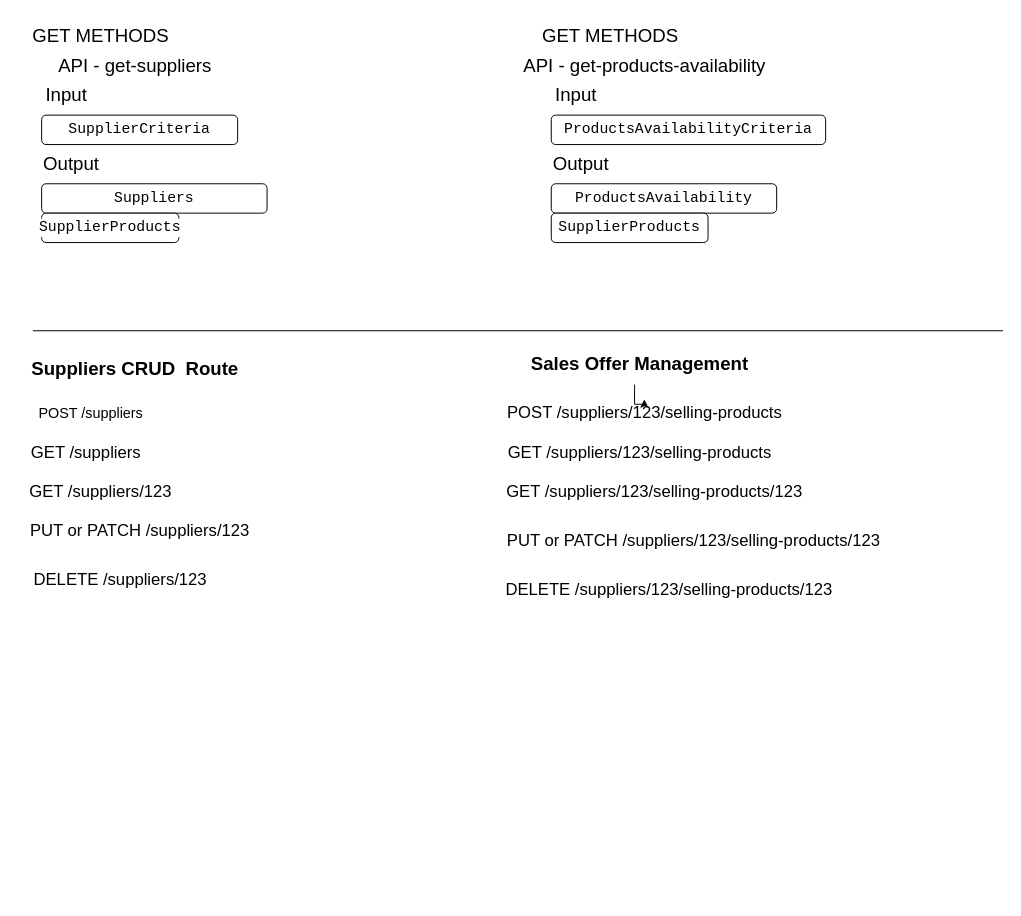
Earlier version of the draw.io diagram page "supplier-api" (4 of 15) of Agroconnect.drawio (ramprasad2018/agconnect). Source tidied: cells renumbered, new cells numbered last; positions are measured from the earlier drawing's top-left corner, leaving out a move shared by most shapes. Both pictures are drawn from the tidied source at 98%, with x=0, y=0 at pixel (17, 17).
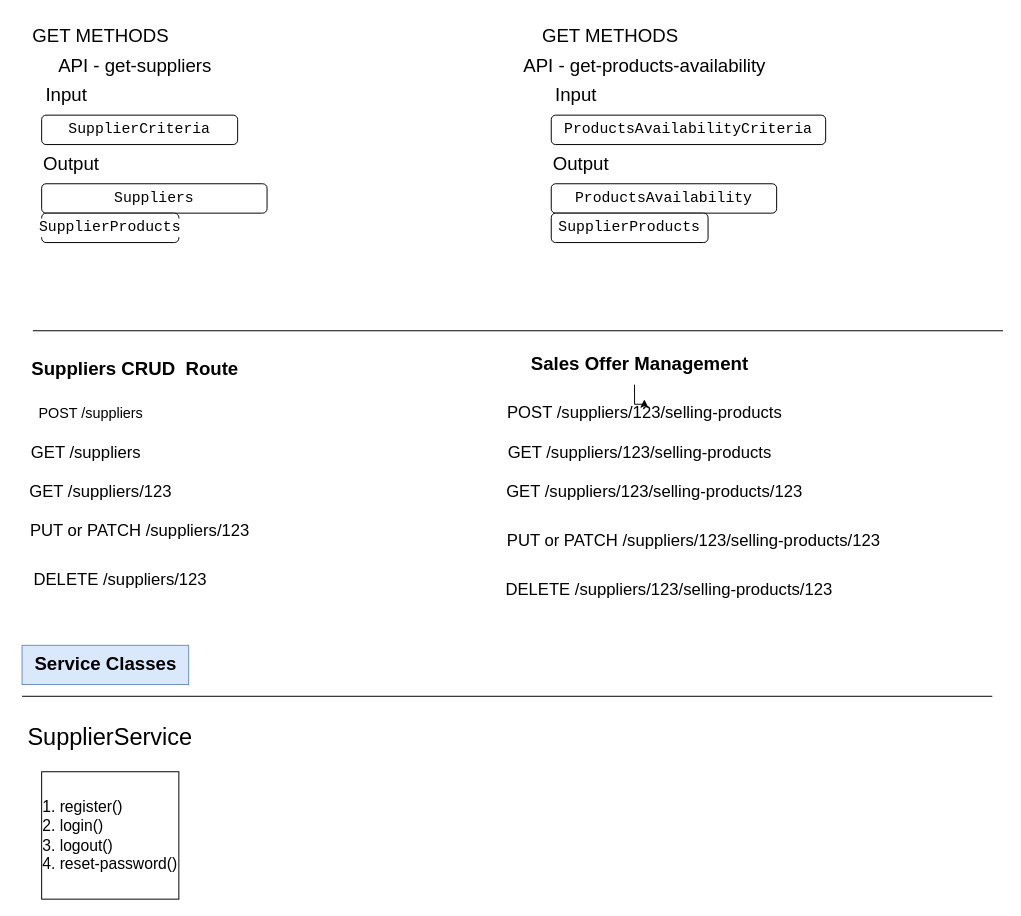
Above is the later version.

Diff of the diagram source:
```diff
@@
+    <mxCell id="31" value="&lt;font style=&quot;font-size: 19px;&quot;&gt;&lt;b&gt;Service Classes&lt;/b&gt;&lt;/font&gt;" style="text;html=1;align=center;verticalAlign=middle;fillColor=#dae8fc;strokeColor=#6c8ebf;rounded=0;fontSize=17;" parent="1" vertex="1">
+      <mxGeometry x="5" y="641" width="170" height="40" as="geometry" />
+    </mxCell>
+    <mxCell id="32" style="endArrow=none;html=1;rounded=0;" parent="1" edge="1">
+      <mxGeometry relative="1" as="geometry">
+        <mxPoint x="5" y="693" as="sourcePoint" />
+        <mxPoint x="995" y="693" as="targetPoint" />
+      </mxGeometry>
+    </mxCell>
+    <mxCell id="33" value="&lt;font style=&quot;font-size: 24px;&quot;&gt;SupplierService&lt;/font&gt;" style="text;strokeColor=none;align=center;fillColor=none;html=1;verticalAlign=middle;whiteSpace=wrap;rounded=0;" parent="1" vertex="1">
+      <mxGeometry x="5" y="720" width="180" height="30" as="geometry" />
+    </mxCell>
+    <mxCell id="34" value="&lt;div style=&quot;text-align: left; font-size: 16px;&quot;&gt;&lt;span style=&quot;background-color: initial;&quot;&gt;&lt;font style=&quot;font-size: 16px;&quot;&gt;1. register()&lt;/font&gt;&lt;/span&gt;&lt;/div&gt;&lt;div style=&quot;text-align: left; font-size: 16px;&quot;&gt;&lt;span style=&quot;background-color: initial;&quot;&gt;&lt;font style=&quot;font-size: 16px;&quot;&gt;2. login()&lt;/font&gt;&lt;/span&gt;&lt;/div&gt;&lt;div style=&quot;text-align: left; font-size: 16px;&quot;&gt;&lt;span style=&quot;background-color: initial;&quot;&gt;&lt;font style=&quot;font-size: 16px;&quot;&gt;3. logout()&lt;/font&gt;&lt;/span&gt;&lt;/div&gt;&lt;div style=&quot;text-align: left; font-size: 16px;&quot;&gt;&lt;span style=&quot;background-color: initial;&quot;&gt;&lt;font style=&quot;font-size: 16px;&quot;&gt;4. reset-password()&lt;/font&gt;&lt;/span&gt;&lt;/div&gt;" style="whiteSpace=wrap;html=1;" parent="1" vertex="1">
+      <mxGeometry x="25" y="770" width="140" height="130" as="geometry" />
+    </mxCell>
```
